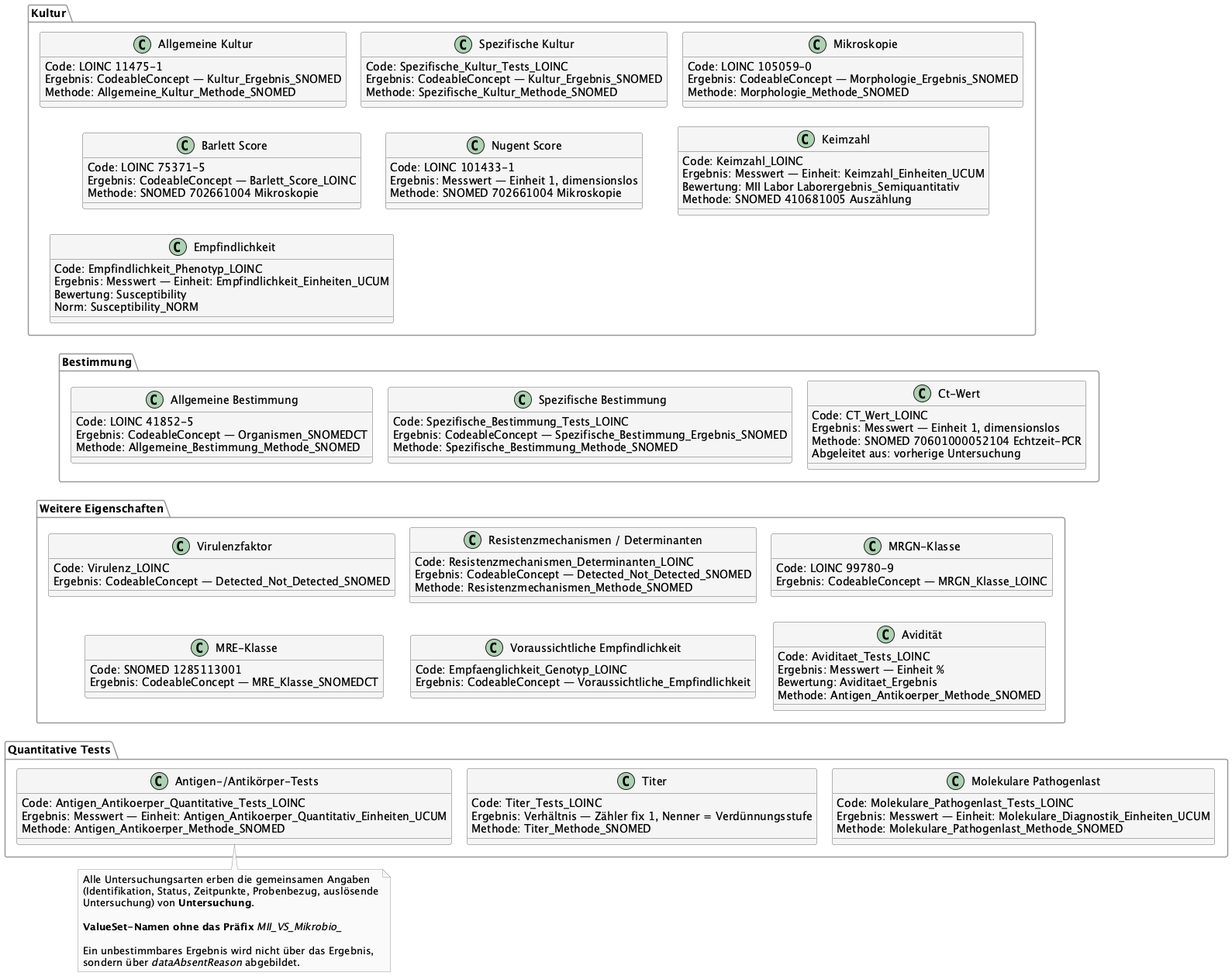
Above: implementation-guides/modulmikrobio-2027/images/mii-mikrobio-untersuchungsarten.png in medizininformatik-initiative/kerndatensatzmodul-mikrobiologie (PlantUML), before the change.
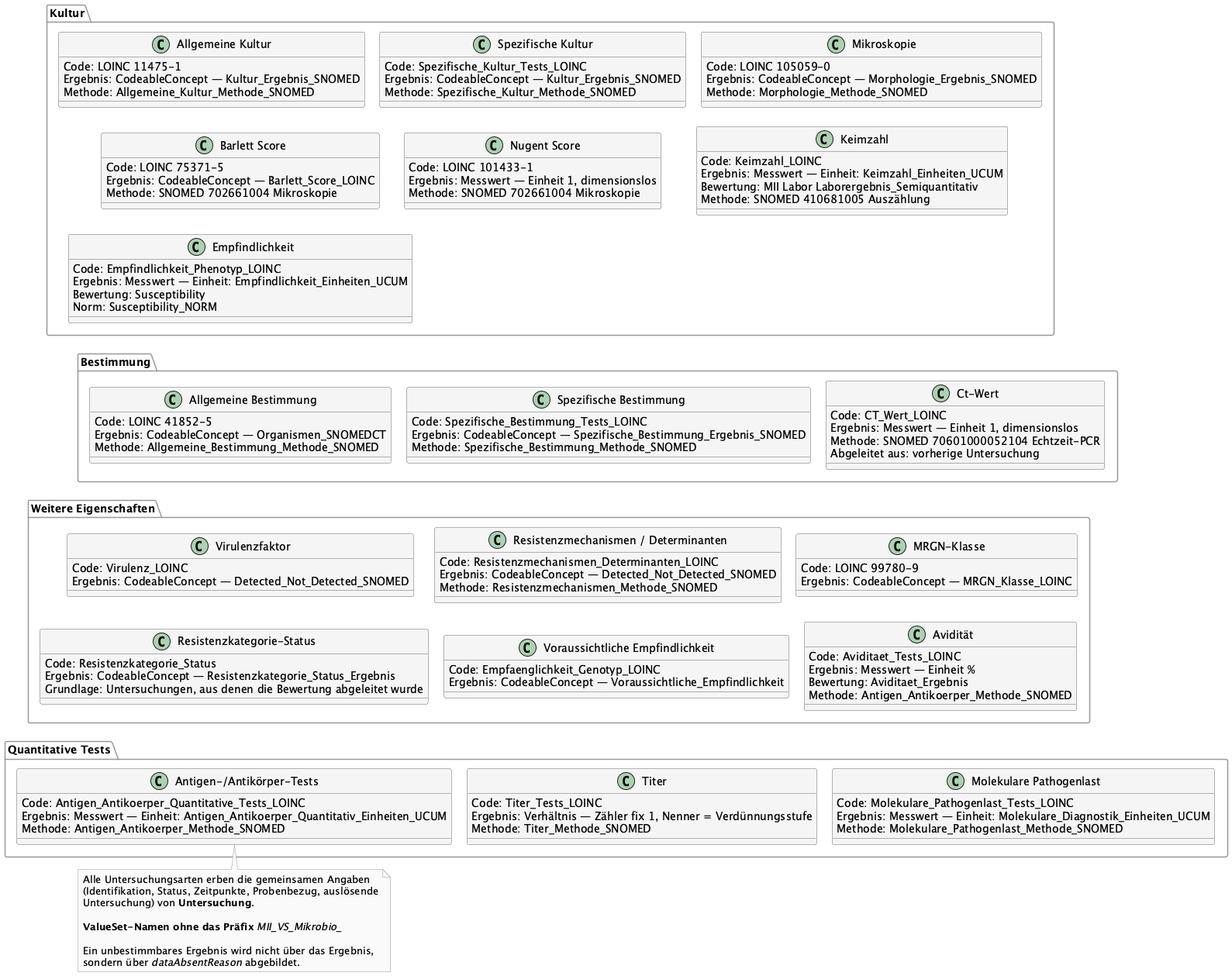
The same file after the commit.

What changed in the source:
```diff
@@ -107,9 +107,10 @@
     Code: LOINC 99780-9
     Ergebnis: CodeableConcept — MRGN_Klasse_LOINC
   }
-  class "MRE-Klasse" as MREKlasse {
-    Code: SNOMED 1285113001
-    Ergebnis: CodeableConcept — MRE_Klasse_SNOMEDCT
+  class "Resistenzkategorie-Status" as ResistenzkategorieStatus {
+    Code: Resistenzkategorie_Status
+    Ergebnis: CodeableConcept — Resistenzkategorie_Status_Ergebnis
+    Grundlage: Untersuchungen, aus denen die Bewertung abgeleitet wurde
   }
   class "Voraussichtliche Empfindlichkeit" as VoraussichtlicheEmpfindlichkeit {
     Code: Empfaenglichkeit_Genotyp_LOINC
@@ -123,9 +124,9 @@
   }
   Virulenzfaktor -[hidden]right- Resistenzmechanismen
   Resistenzmechanismen -[hidden]right- MRGNKlasse
-  MREKlasse -[hidden]right- VoraussichtlicheEmpfindlichkeit
+  ResistenzkategorieStatus -[hidden]right- VoraussichtlicheEmpfindlichkeit
   VoraussichtlicheEmpfindlichkeit -[hidden]right- Aviditaet
-  Virulenzfaktor -[hidden]down- MREKlasse
+  Virulenzfaktor -[hidden]down- ResistenzkategorieStatus
   Resistenzmechanismen -[hidden]down- VoraussichtlicheEmpfindlichkeit
   MRGNKlasse -[hidden]down- Aviditaet
 }
@@ -152,7 +153,7 @@
 
 Empfindlichkeit -[hidden]down- AllgemeineBestimmung
 AllgemeineBestimmung -[hidden]down- Virulenzfaktor
-MREKlasse -[hidden]down- AntigenAntikoerper
+ResistenzkategorieStatus -[hidden]down- AntigenAntikoerper
 
 note as N
   Alle Untersuchungsarten erben die gemeinsamen Angaben
```
